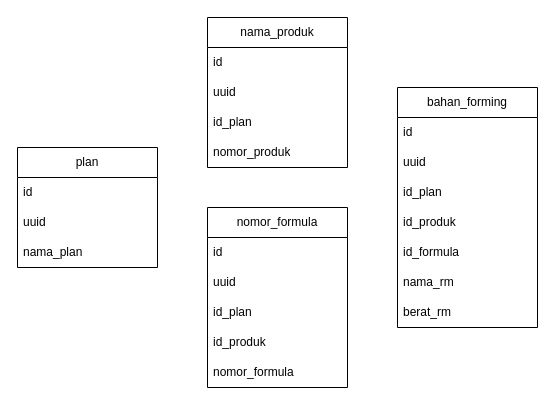
This is data-master.drawio from AzharBadri05/porto, a draw.io file, before an edit. Source tidied: cells renumbered, new cells numbered last; positions are measured from the earlier drawing's top-left corner, leaving out a move shared by most shapes. Both pictures are drawn from the tidied source at 100%, with x=0, y=0 at pixel (17, 17).
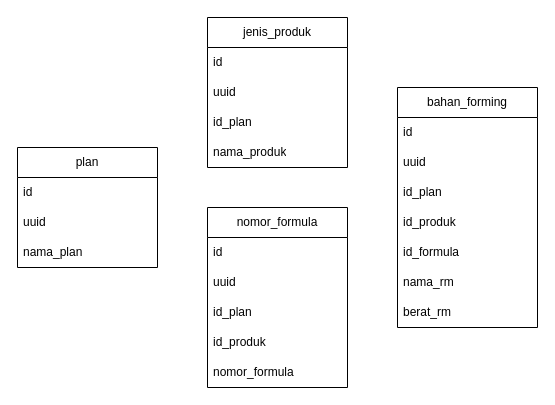
The same diagram, later.

The edit, as a diff of the source:
```diff
@@
-    <mxCell id="12" value="nama_produk" style="swimlane;fontStyle=0;horizontal=1;startSize=30;whiteSpace=wrap;html=1;" parent="1" vertex="1">
+    <mxCell id="12" value="jenis_produk" style="swimlane;fontStyle=0;horizontal=1;startSize=30;whiteSpace=wrap;html=1;" parent="1" vertex="1">
       <mxGeometry x="190" width="140" height="150" as="geometry" />
     </mxCell>
@@
-    <mxCell id="16" value="nomor_produk" style="text;strokeColor=none;fillColor=none;align=left;verticalAlign=middle;spacingLeft=4;spacingRight=4;overflow=hidden;whiteSpace=wrap;html=1;" parent="12" vertex="1">
+    <mxCell id="16" value="nama_produk" style="text;strokeColor=none;fillColor=none;align=left;verticalAlign=middle;spacingLeft=4;spacingRight=4;overflow=hidden;whiteSpace=wrap;html=1;" parent="12" vertex="1">
       <mxGeometry y="120" width="140" height="30" as="geometry" />
     </mxCell>
```
